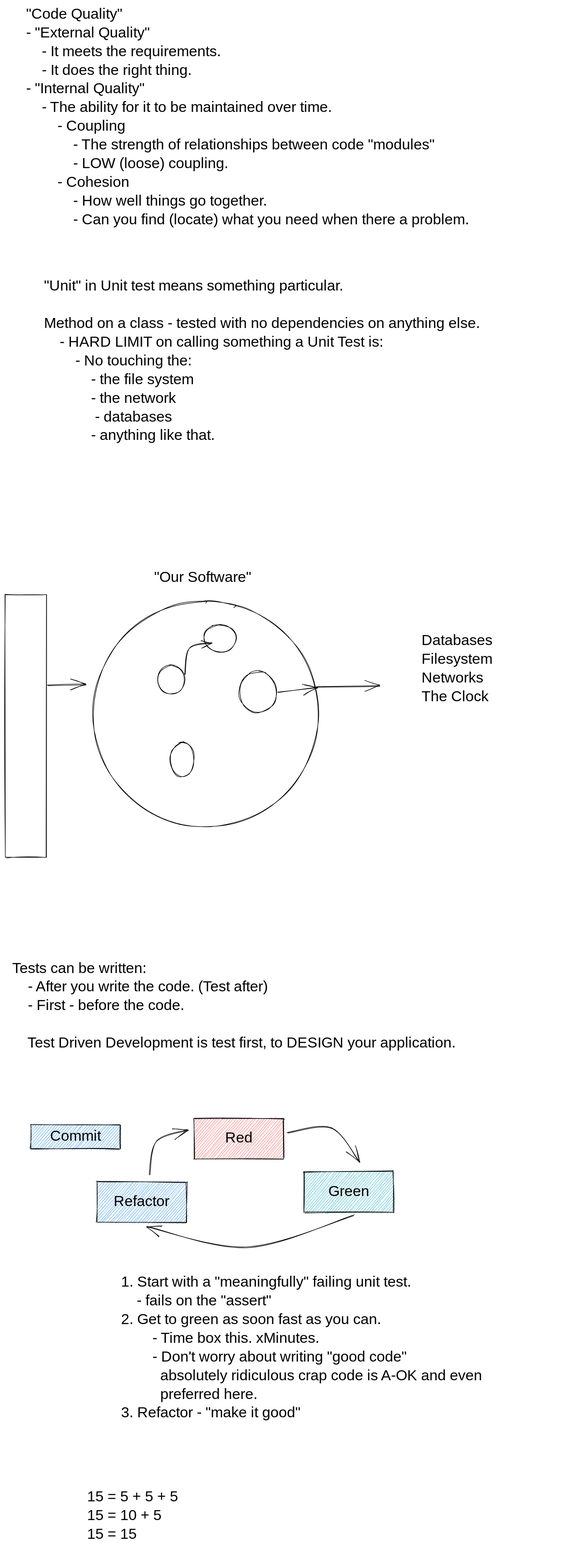
Before: static/img/tdd.excalidraw.svg, a diagram exported from Excalidraw (JeffryGonzalez/developer-notes). Source tidied: one line per element, renumbered; positions are measured from the earlier drawing's top-left corner, leaving out a move shared by most shapes.
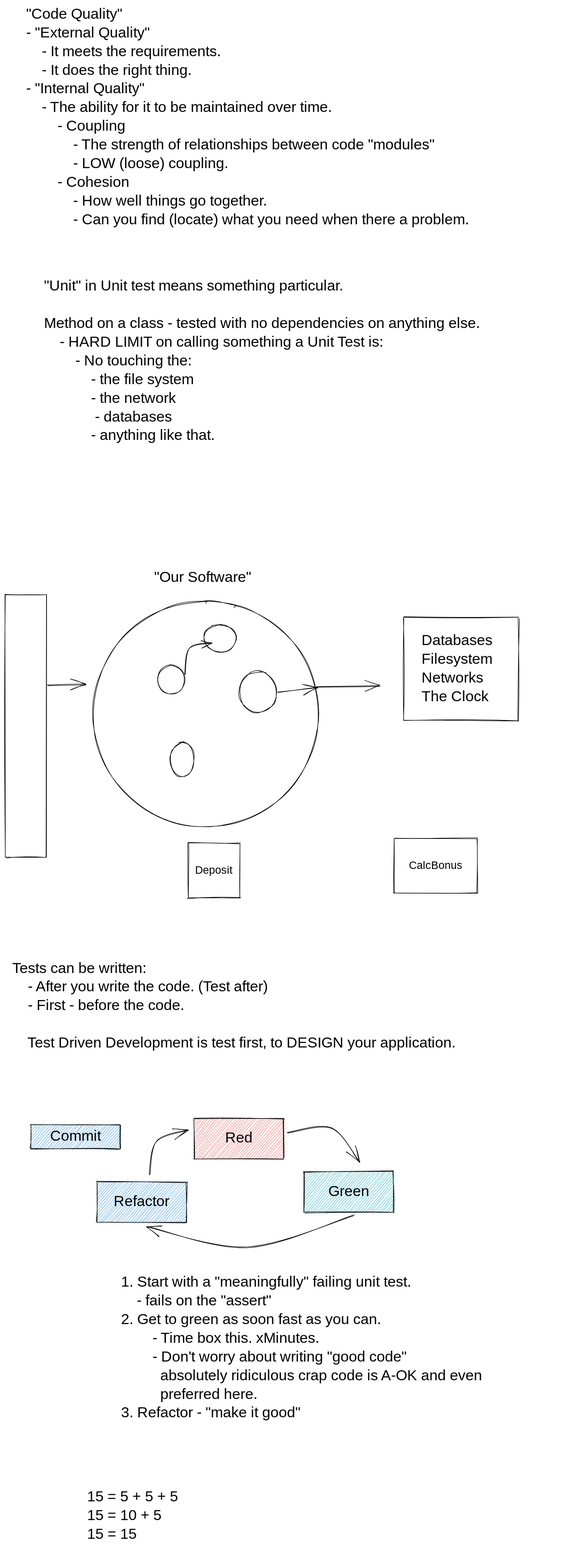
After the commit.

What changed in the source:
```diff
@@ -26,3 +26,8 @@
 {"id": 25, "type": "text", "text": "Commit", "strokeColor": "#000000", "backgroundColor": "#228be6", "fillStyle": "hachure", "strokeWidth": 1, "roughness": 1, "fontSize": 28, "fontFamily": 1, "textAlign": "center", "verticalAlign": "middle", "inside": 24, "x": 85, "y": 2102, "width": 93, "height": 35}
 {"id": 26, "type": "text", "text": "1. Start with a \"meaningfully\" failing unit test.\n    - fails on the \"assert\"\n2. Get to green as soon fast as you can.\n        - Time box this. xMinutes.\n        - Don't worry about writing \"good code\"\n          absolutely ridiculous crap code is A-OK and even\n          preferred here.\n3. Refactor - \"make it good\"", "strokeColor": "#000000", "backgroundColor": "#228be6", "fillStyle": "hachure", "strokeWidth": 1, "roughness": 1, "fontSize": 28, "fontFamily": 1, "x": 217, "y": 2376, "width": 816, "height": 280}
 {"id": 27, "type": "text", "text": "15 = 5 + 5 + 5\n15 = 10 + 5\n15 = 15\n", "strokeColor": "#000000", "backgroundColor": "#228be6", "fillStyle": "hachure", "strokeWidth": 1, "roughness": 1, "fontSize": 28, "fontFamily": 1, "x": 153, "y": 2778, "width": 214, "height": 140}
+{"id": 28, "type": "rectangle", "strokeColor": "#000000", "strokeWidth": 1, "roughness": 1, "x": 746, "y": 1147, "width": 215, "height": 193}
+{"id": 29, "type": "rectangle", "strokeColor": "#000000", "strokeWidth": 1, "roughness": 1, "x": 342, "y": 1570, "width": 97, "height": 102}
+{"id": 30, "type": "text", "text": "Deposit", "strokeColor": "#000000", "strokeWidth": 1, "roughness": 1, "fontSize": 20, "fontFamily": 1, "textAlign": "center", "verticalAlign": "middle", "inside": 29, "x": 353, "y": 1608, "width": 76, "height": 25}
+{"id": 31, "type": "rectangle", "strokeColor": "#000000", "strokeWidth": 1, "roughness": 1, "x": 728, "y": 1561, "width": 156, "height": 102}
+{"id": 32, "type": "text", "text": "CalcBonus", "strokeColor": "#000000", "strokeWidth": 1, "roughness": 1, "fontSize": 20, "fontFamily": 1, "textAlign": "center", "verticalAlign": "middle", "inside": 31, "x": 756, "y": 1600, "width": 101, "height": 25}
```
